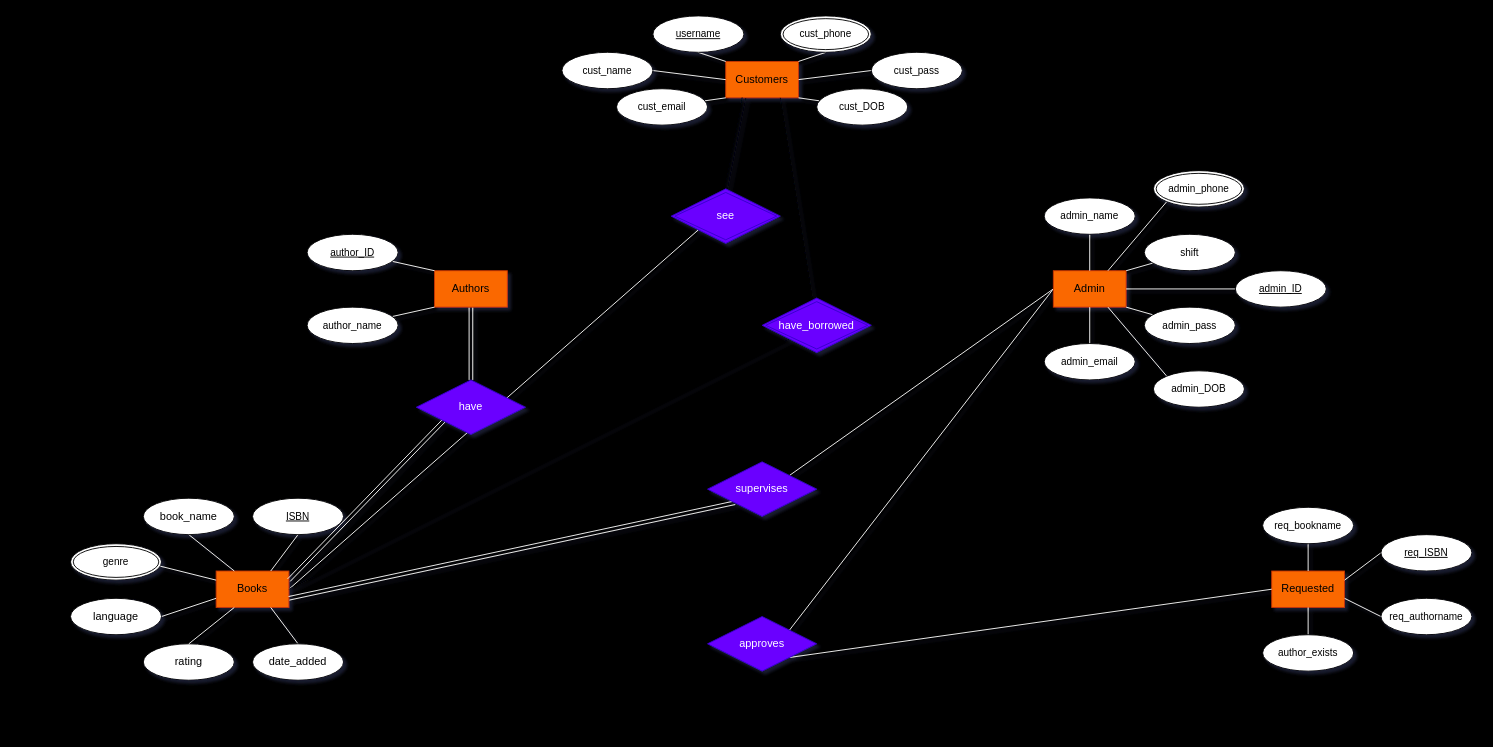
rajin-khan/BIBLIO keeps this draw.io diagram as ERD.drawio. Above is the earlier version. Source tidied: cells renumbered, new cells numbered last; positions are measured from the earlier drawing's top-left corner, leaving out a move shared by most shapes. Both pictures are drawn from the tidied source at 91%, with x=0, y=0 at pixel (70, 15).
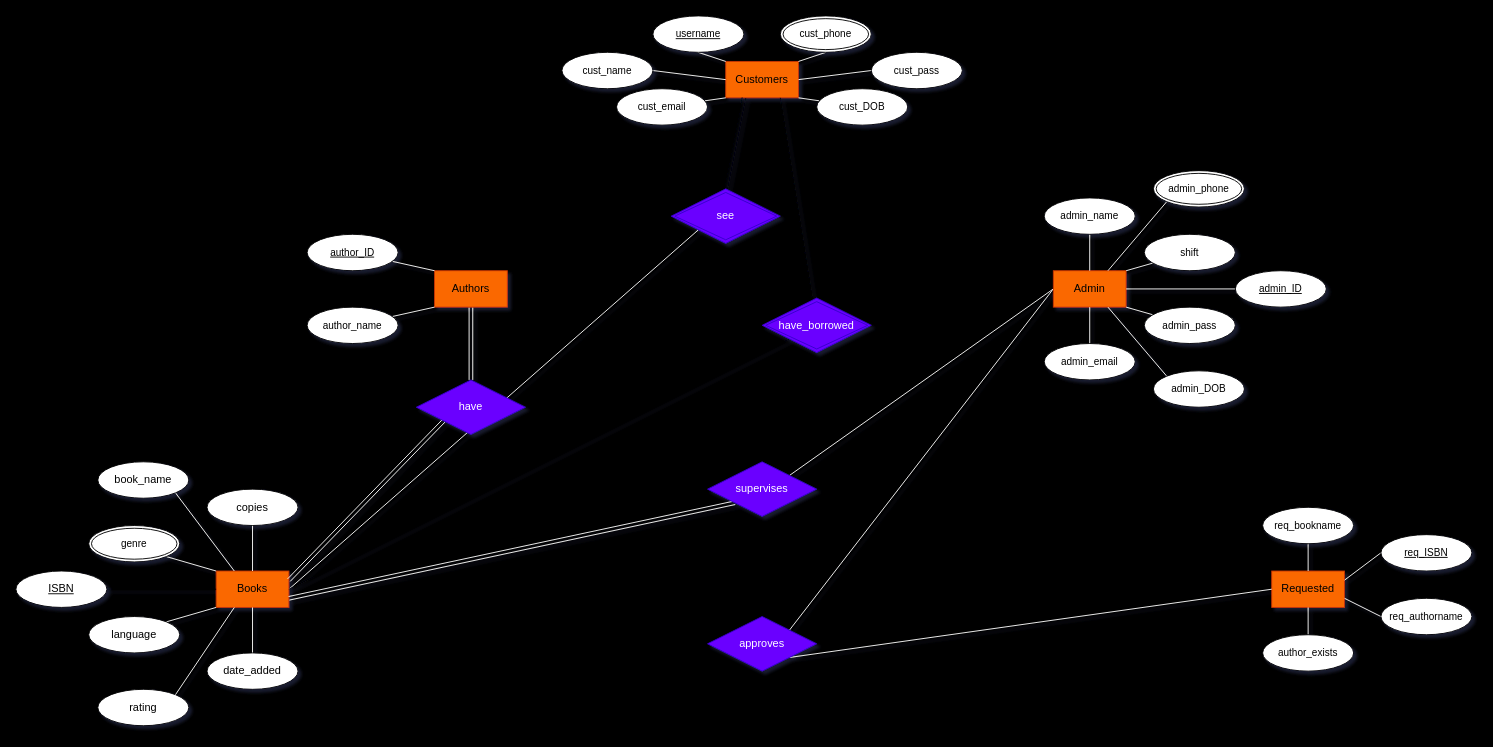
After the change.

The change refers to these unchanged cells:
```xml
<mxCell id="3" value="Books" style="rounded=0;whiteSpace=wrap;html=1;fillColor=#fa6800;fontColor=#000000;strokeColor=#C73500;" parent="1" vertex="1">
  <mxGeometry x="160" y="610" width="80" height="40" as="geometry" />
</mxCell>
```

Change to the diagram source:
```diff
@@
-    <mxCell id="11" style="endArrow=none;html=1;entryX=0;entryY=0.75;entryDx=0;entryDy=0;exitX=1;exitY=0.5;exitDx=0;exitDy=0;rounded=0;strokeColor=#FFFFFF;" parent="1" edge="1" source="12" target="3">
+    <mxCell id="11" style="endArrow=none;html=1;entryX=0;entryY=1;entryDx=0;entryDy=0;exitX=1;exitY=0;exitDx=0;exitDy=0;rounded=0;strokeColor=#FFFFFF;" parent="1" edge="1" source="12" target="3">
       <mxGeometry relative="1" as="geometry" />
     </mxCell>
     <mxCell id="12" value="language" style="ellipse;whiteSpace=wrap;html=1;align=center;rounded=0;" parent="1" vertex="1">
-      <mxGeometry y="640" width="100" height="40" as="geometry" />
+      <mxGeometry x="20" y="660" width="100" height="40" as="geometry" />
     </mxCell>
     <mxCell id="13" value="rating" style="ellipse;whiteSpace=wrap;html=1;align=center;rounded=0;" parent="1" vertex="1">
-      <mxGeometry x="80" y="690" width="100" height="40" as="geometry" />
+      <mxGeometry x="30" y="740" width="100" height="40" as="geometry" />
     </mxCell>
-    <mxCell id="14" style="endArrow=none;html=1;rounded=0;labelBackgroundColor=default;strokeColor=#FFFFFF;fontFamily=Helvetica;fontSize=11;fontColor=default;shape=connector;exitX=0.5;exitY=0;exitDx=0;exitDy=0;entryX=0.25;entryY=1;entryDx=0;entryDy=0;" parent="1" edge="1" source="13" target="3">
+    <mxCell id="14" style="endArrow=none;html=1;rounded=0;labelBackgroundColor=default;strokeColor=#FFFFFF;fontFamily=Helvetica;fontSize=11;fontColor=default;shape=connector;exitX=1;exitY=0;exitDx=0;exitDy=0;entryX=0.25;entryY=1;entryDx=0;entryDy=0;" parent="1" edge="1" source="13" target="3">
       <mxGeometry relative="1" as="geometry" />
     </mxCell>
-    <mxCell id="15" style="edgeStyle=none;shape=connector;rounded=0;html=1;entryX=0.75;entryY=1;entryDx=0;entryDy=0;labelBackgroundColor=default;strokeColor=#FFFFFF;fontFamily=Helvetica;fontSize=11;fontColor=default;endArrow=none;exitX=0.5;exitY=0;exitDx=0;exitDy=0;" parent="1" edge="1" source="16" target="3">
+    <mxCell id="15" style="edgeStyle=none;shape=connector;rounded=0;html=1;entryX=0.5;entryY=1;entryDx=0;entryDy=0;labelBackgroundColor=default;strokeColor=#FFFFFF;fontFamily=Helvetica;fontSize=11;fontColor=default;endArrow=none;exitX=0.5;exitY=0;exitDx=0;exitDy=0;" parent="1" edge="1" source="16" target="3">
       <mxGeometry relative="1" as="geometry" />
     </mxCell>
     <mxCell id="16" value="date_added" style="ellipse;whiteSpace=wrap;html=1;align=center;rounded=0;" parent="1" vertex="1">
-      <mxGeometry x="200" y="690" width="100" height="40" as="geometry" />
+      <mxGeometry x="150" y="700" width="100" height="40" as="geometry" />
     </mxCell>
-    <mxCell id="17" style="edgeStyle=none;shape=connector;rounded=0;html=1;labelBackgroundColor=default;strokeColor=#FFFFFF;fontFamily=Helvetica;fontSize=11;fontColor=default;endArrow=none;entryX=0;entryY=0.25;entryDx=0;entryDy=0;exitX=1;exitY=0.5;exitDx=0;exitDy=0;" parent="1" edge="1" target="3">
-      <mxGeometry relative="1" as="geometry">
-        <mxPoint x="80" y="600" as="sourcePoint" />
-      </mxGeometry>
+    <mxCell id="17" style="edgeStyle=none;shape=connector;rounded=0;html=1;labelBackgroundColor=default;strokeColor=#FFFFFF;fontFamily=Helvetica;fontSize=11;fontColor=default;endArrow=none;exitX=1;exitY=1;exitDx=0;exitDy=0;entryX=0;entryY=0;entryDx=0;entryDy=0;" parent="1" edge="1" source="52" target="3">
+      <mxGeometry relative="1" as="geometry" />
     </mxCell>
-    <mxCell id="18" style="edgeStyle=none;shape=connector;rounded=0;html=1;entryX=0.25;entryY=0;entryDx=0;entryDy=0;labelBackgroundColor=default;strokeColor=#FFFFFF;fontFamily=Helvetica;fontSize=11;fontColor=default;endArrow=none;exitX=0.5;exitY=1;exitDx=0;exitDy=0;" parent="1" edge="1" source="19" target="3">
+    <mxCell id="18" style="edgeStyle=none;shape=connector;rounded=0;html=1;entryX=0.25;entryY=0;entryDx=0;entryDy=0;labelBackgroundColor=default;strokeColor=#FFFFFF;fontFamily=Helvetica;fontSize=11;fontColor=default;endArrow=none;exitX=1;exitY=1;exitDx=0;exitDy=0;" parent="1" edge="1" source="19" target="3">
       <mxGeometry relative="1" as="geometry" />
     </mxCell>
     <mxCell id="19" value="book_name" style="ellipse;whiteSpace=wrap;html=1;align=center;rounded=0;" parent="1" vertex="1">
-      <mxGeometry x="80" y="530" width="100" height="40" as="geometry" />
+      <mxGeometry x="30" y="490" width="100" height="40" as="geometry" />
     </mxCell>
-    <mxCell id="20" style="edgeStyle=none;shape=connector;rounded=0;html=1;entryX=0.75;entryY=0;entryDx=0;entryDy=0;labelBackgroundColor=default;strokeColor=#FFFFFF;fontFamily=Helvetica;fontSize=11;fontColor=default;endArrow=none;exitX=0.5;exitY=1;exitDx=0;exitDy=0;" parent="1" edge="1" source="21" target="3">
+    <mxCell id="20" style="edgeStyle=none;shape=connector;rounded=0;html=1;entryX=0.5;entryY=0;entryDx=0;entryDy=0;labelBackgroundColor=default;strokeColor=#FFFFFF;fontFamily=Helvetica;fontSize=11;fontColor=default;endArrow=none;exitX=0.5;exitY=1;exitDx=0;exitDy=0;" parent="1" edge="1" source="74" target="3">
       <mxGeometry relative="1" as="geometry" />
     </mxCell>
-    <mxCell id="21" value="ISBN" style="ellipse;whiteSpace=wrap;html=1;align=center;fontStyle=4;fontFamily=Helvetica;fontSize=11;fontColor=default;rounded=0;" parent="1" vertex="1">
-      <mxGeometry x="200" y="530" width="100" height="40" as="geometry" />
-    </mxCell>
@@
     <mxCell id="52" value="genre" style="ellipse;shape=doubleEllipse;margin=3;whiteSpace=wrap;html=1;align=center;fontFamily=Helvetica;fontSize=11;fontColor=default;rounded=0;" parent="1" vertex="1">
-      <mxGeometry y="580" width="100" height="40" as="geometry" />
+      <mxGeometry x="20" y="560" width="100" height="40" as="geometry" />
     </mxCell>
@@
+    <mxCell id="73" style="edgeStyle=none;html=1;endArrow=none;endFill=0;" parent="1" edge="1" source="21" target="3">
+      <mxGeometry relative="1" as="geometry" />
+    </mxCell>
+    <mxCell id="21" value="ISBN" style="ellipse;whiteSpace=wrap;html=1;align=center;rounded=0;fontStyle=4;" parent="1" vertex="1">
+      <mxGeometry x="-60" y="610" width="100" height="40" as="geometry" />
+    </mxCell>
+    <mxCell id="74" value="copies" style="ellipse;whiteSpace=wrap;html=1;align=center;" parent="1" vertex="1">
+      <mxGeometry x="150" y="520" width="100" height="40" as="geometry" />
+    </mxCell>
```
